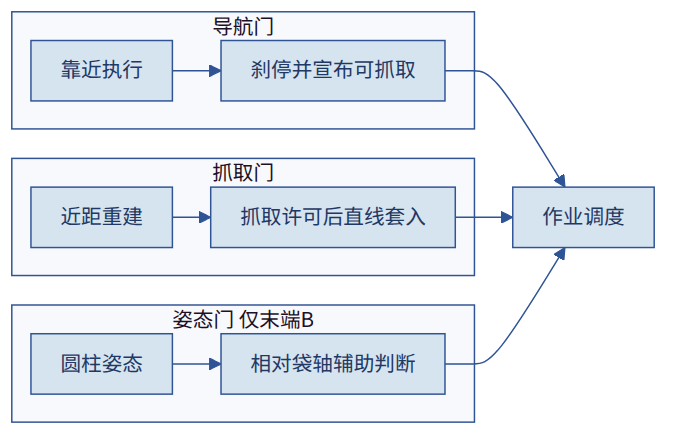
Earlier version of the Mermaid export plans/感知抓取与自主导航联合项目设计/figures/fig06_三门协同.png (MUHAN11-c/aubo_boot). Its source is kept beside it as plans/感知抓取与自主导航联合项目设计/figures/fig06_三门协同.mmd. Its diagram source:
```mermaid
flowchart LR
  subgraph NAV[导航门]
    N1[靠近执行] --> N2[刹停并宣布可抓取]
  end
  subgraph ARM[抓取门]
    A1[近距重建] --> A2[抓取许可后直线套入]
  end
  subgraph TOOL[姿态门 仅末端B]
    T1[圆柱姿态] --> T2[相对袋轴辅助判断]
  end
  SCH[作业调度]
  N2 --> SCH
  A2 --> SCH
  T2 --> SCH
```
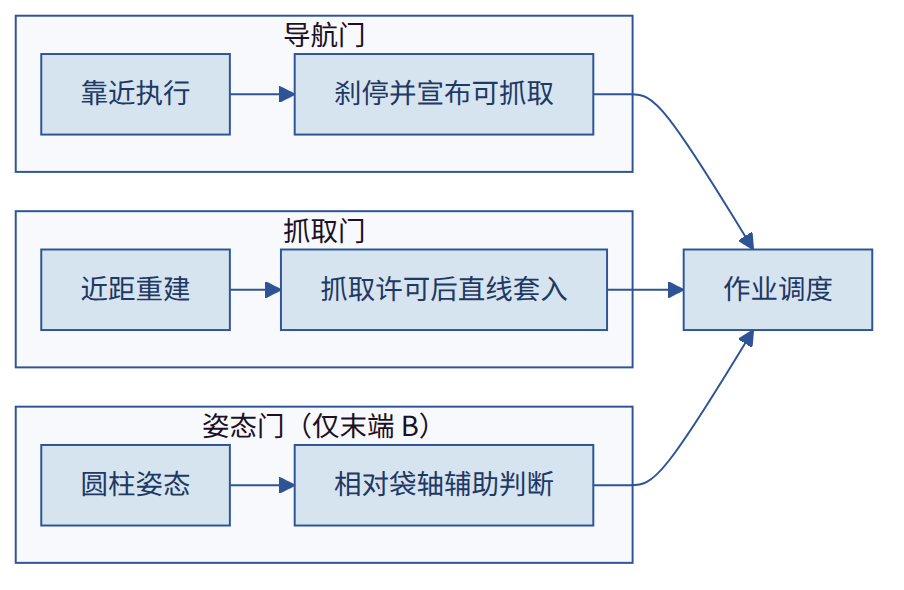
Above is the later version.

What changed in the source:
```diff
@@ -1,14 +1,16 @@
 flowchart LR
   subgraph NAV[导航门]
+    direction LR
     N1[靠近执行] --> N2[刹停并宣布可抓取]
   end
   subgraph ARM[抓取门]
+    direction LR
     A1[近距重建] --> A2[抓取许可后直线套入]
   end
-  subgraph TOOL[姿态门 仅末端B]
+  subgraph TOOL[姿态门（仅末端 B）]
+    direction LR
     T1[圆柱姿态] --> T2[相对袋轴辅助判断]
   end
-  SCH[作业调度]
-  N2 --> SCH
+  N2 --> SCH[作业调度]
   A2 --> SCH
   T2 --> SCH
```
